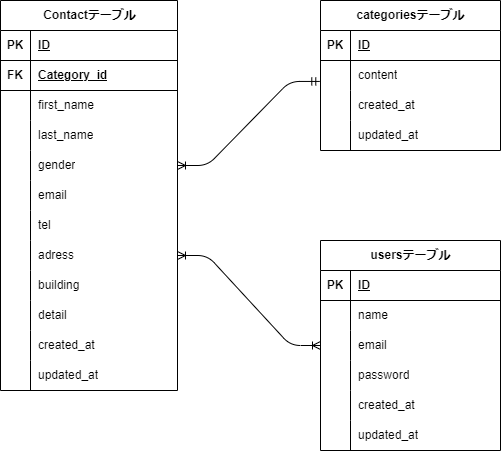
The draw.io diagram index.drawio.png in kozaken23/kakunin, before a commit. Source tidied: cells renumbered, new cells last; positions are measured from the earlier drawing's top-left corner, leaving out a move shared by most shapes. Source of this version:
```xml
<mxGraphModel>
  <root>
    <mxCell id="0" />
    <mxCell id="1" parent="0" />
    <mxCell id="2" value="Contactテーブル" style="shape=table;startSize=30;rowLines=0;fontStyle=1;align=center;html=1;" parent="1" vertex="1">
      <mxGeometry width="177" height="390" as="geometry" />
    </mxCell>
    <mxCell id="3" style="shape=tableRow;horizontal=0;startSize=0;swimlaneHead=0;swimlaneBody=0;fillColor=none;top=0;left=0;right=0;bottom=1;" parent="2" vertex="1">
      <mxGeometry y="30" width="177" height="30" as="geometry" />
    </mxCell>
    <mxCell id="4" value="PK" style="shape=partialRectangle;fillColor=none;top=0;left=0;bottom=0;right=0;fontStyle=1;overflow=hidden;whiteSpace=wrap;html=1;" parent="3" vertex="1">
      <mxGeometry width="30" height="30" as="geometry" />
    </mxCell>
    <mxCell id="5" value="ID" style="shape=partialRectangle;fillColor=none;top=0;left=0;bottom=0;right=0;align=left;spacingLeft=6;fontStyle=5;overflow=hidden;whiteSpace=wrap;html=1;" parent="3" vertex="1">
      <mxGeometry x="30" width="147" height="30" as="geometry" />
    </mxCell>
    <mxCell id="6" style="shape=tableRow;horizontal=0;startSize=0;swimlaneHead=0;swimlaneBody=0;fillColor=none;top=0;left=0;right=0;bottom=1;" parent="2" vertex="1">
      <mxGeometry y="60" width="177" height="30" as="geometry" />
    </mxCell>
    <mxCell id="7" value="FK" style="shape=partialRectangle;fillColor=none;top=0;left=0;bottom=0;right=0;fontStyle=1;overflow=hidden;whiteSpace=wrap;html=1;" parent="6" vertex="1">
      <mxGeometry width="30" height="30" as="geometry" />
    </mxCell>
    <mxCell id="8" value="Category_id" style="shape=partialRectangle;fillColor=none;top=0;left=0;bottom=0;right=0;align=left;spacingLeft=6;fontStyle=5;overflow=hidden;whiteSpace=wrap;html=1;" parent="6" vertex="1">
      <mxGeometry x="30" width="147" height="30" as="geometry" />
    </mxCell>
    <mxCell id="9" style="shape=tableRow;horizontal=0;startSize=0;swimlaneHead=0;swimlaneBody=0;fillColor=none;top=0;left=0;right=0;bottom=0;" parent="2" vertex="1">
      <mxGeometry y="90" width="177" height="30" as="geometry" />
    </mxCell>
    <mxCell id="10" style="shape=partialRectangle;fillColor=none;top=0;left=0;bottom=0;right=0;overflow=hidden;whiteSpace=wrap;html=1;" parent="9" vertex="1">
      <mxGeometry width="30" height="30" as="geometry" />
    </mxCell>
    <mxCell id="11" value="first_name" style="shape=partialRectangle;fillColor=none;top=0;left=0;bottom=0;right=0;align=left;spacingLeft=6;overflow=hidden;whiteSpace=wrap;html=1;" parent="9" vertex="1">
      <mxGeometry x="30" width="147" height="30" as="geometry" />
    </mxCell>
    <mxCell id="12" style="shape=tableRow;horizontal=0;startSize=0;swimlaneHead=0;swimlaneBody=0;fillColor=none;top=0;left=0;right=0;bottom=0;" parent="2" vertex="1">
      <mxGeometry y="120" width="177" height="30" as="geometry" />
    </mxCell>
    <mxCell id="13" style="shape=partialRectangle;fillColor=none;top=0;left=0;bottom=0;right=0;overflow=hidden;whiteSpace=wrap;html=1;" parent="12" vertex="1">
      <mxGeometry width="30" height="30" as="geometry" />
    </mxCell>
    <mxCell id="14" value="last_name" style="shape=partialRectangle;fillColor=none;top=0;left=0;bottom=0;right=0;align=left;spacingLeft=6;overflow=hidden;whiteSpace=wrap;html=1;" parent="12" vertex="1">
      <mxGeometry x="30" width="147" height="30" as="geometry" />
    </mxCell>
    <mxCell id="15" style="shape=tableRow;horizontal=0;startSize=0;swimlaneHead=0;swimlaneBody=0;fillColor=none;points=[[0,0.5],[1,0.5]];portConstraint=eastwest;top=0;left=0;right=0;bottom=0;" parent="2" vertex="1">
      <mxGeometry y="150" width="177" height="30" as="geometry" />
    </mxCell>
    <mxCell id="16" style="shape=partialRectangle;fillColor=none;top=0;left=0;bottom=0;right=0;overflow=hidden;whiteSpace=wrap;html=1;" parent="15" vertex="1">
      <mxGeometry width="30" height="30" as="geometry" />
    </mxCell>
    <mxCell id="17" value="gender" style="shape=partialRectangle;fillColor=none;top=0;left=0;bottom=0;right=0;align=left;spacingLeft=6;overflow=hidden;whiteSpace=wrap;html=1;" parent="15" vertex="1">
      <mxGeometry x="30" width="147" height="30" as="geometry" />
    </mxCell>
    <mxCell id="18" style="shape=tableRow;horizontal=0;startSize=0;swimlaneHead=0;swimlaneBody=0;fillColor=none;top=0;left=0;right=0;bottom=0;" parent="2" vertex="1">
      <mxGeometry y="180" width="177" height="30" as="geometry" />
    </mxCell>
    <mxCell id="19" style="shape=partialRectangle;fillColor=none;top=0;left=0;bottom=0;right=0;overflow=hidden;whiteSpace=wrap;html=1;" parent="18" vertex="1">
      <mxGeometry width="30" height="30" as="geometry" />
    </mxCell>
    <mxCell id="20" value="email" style="shape=partialRectangle;fillColor=none;top=0;left=0;bottom=0;right=0;align=left;spacingLeft=6;overflow=hidden;whiteSpace=wrap;html=1;" parent="18" vertex="1">
      <mxGeometry x="30" width="147" height="30" as="geometry" />
    </mxCell>
    <mxCell id="21" style="shape=tableRow;horizontal=0;startSize=0;swimlaneHead=0;swimlaneBody=0;fillColor=none;points=[[0,0.5],[1,0.5]];portConstraint=eastwest;top=0;left=0;right=0;bottom=0;" parent="2" vertex="1">
      <mxGeometry y="210" width="177" height="30" as="geometry" />
    </mxCell>
    <mxCell id="22" style="shape=partialRectangle;fillColor=none;top=0;left=0;bottom=0;right=0;overflow=hidden;whiteSpace=wrap;html=1;" parent="21" vertex="1">
      <mxGeometry width="30" height="30" as="geometry" />
    </mxCell>
    <mxCell id="23" value="tel" style="shape=partialRectangle;fillColor=none;top=0;left=0;bottom=0;right=0;align=left;spacingLeft=6;overflow=hidden;whiteSpace=wrap;html=1;" parent="21" vertex="1">
      <mxGeometry x="30" width="147" height="30" as="geometry" />
    </mxCell>
    <mxCell id="24" style="shape=tableRow;horizontal=0;startSize=0;swimlaneHead=0;swimlaneBody=0;fillColor=none;points=[[0,0.5],[1,0.5]];portConstraint=eastwest;top=0;left=0;right=0;bottom=0;" parent="2" vertex="1">
      <mxGeometry y="240" width="177" height="30" as="geometry" />
    </mxCell>
    <mxCell id="25" style="shape=partialRectangle;fillColor=none;top=0;left=0;bottom=0;right=0;overflow=hidden;whiteSpace=wrap;html=1;" parent="24" vertex="1">
      <mxGeometry width="30" height="30" as="geometry" />
    </mxCell>
    <mxCell id="26" value="adress" style="shape=partialRectangle;fillColor=none;top=0;left=0;bottom=0;right=0;align=left;spacingLeft=6;overflow=hidden;whiteSpace=wrap;html=1;" parent="24" vertex="1">
      <mxGeometry x="30" width="147" height="30" as="geometry" />
    </mxCell>
    <mxCell id="27" style="shape=tableRow;horizontal=0;startSize=0;swimlaneHead=0;swimlaneBody=0;fillColor=none;top=0;left=0;right=0;bottom=0;" parent="2" vertex="1">
      <mxGeometry y="270" width="177" height="30" as="geometry" />
    </mxCell>
    <mxCell id="28" style="shape=partialRectangle;fillColor=none;top=0;left=0;bottom=0;right=0;overflow=hidden;whiteSpace=wrap;html=1;" parent="27" vertex="1">
      <mxGeometry width="30" height="30" as="geometry" />
    </mxCell>
    <mxCell id="29" value="building" style="shape=partialRectangle;fillColor=none;top=0;left=0;bottom=0;right=0;align=left;spacingLeft=6;overflow=hidden;whiteSpace=wrap;html=1;" parent="27" vertex="1">
      <mxGeometry x="30" width="147" height="30" as="geometry" />
    </mxCell>
    <mxCell id="30" style="shape=tableRow;horizontal=0;startSize=0;swimlaneHead=0;swimlaneBody=0;fillColor=none;top=0;left=0;right=0;bottom=0;" parent="2" vertex="1">
      <mxGeometry y="300" width="177" height="30" as="geometry" />
    </mxCell>
    <mxCell id="31" style="shape=partialRectangle;fillColor=none;top=0;left=0;bottom=0;right=0;overflow=hidden;whiteSpace=wrap;html=1;" parent="30" vertex="1">
      <mxGeometry width="30" height="30" as="geometry" />
    </mxCell>
    <mxCell id="32" value="detail" style="shape=partialRectangle;fillColor=none;top=0;left=0;bottom=0;right=0;align=left;spacingLeft=6;overflow=hidden;whiteSpace=wrap;html=1;" parent="30" vertex="1">
      <mxGeometry x="30" width="147" height="30" as="geometry" />
    </mxCell>
    <mxCell id="33" style="shape=tableRow;horizontal=0;startSize=0;swimlaneHead=0;swimlaneBody=0;fillColor=none;top=0;left=0;right=0;bottom=0;" parent="2" vertex="1">
      <mxGeometry y="330" width="177" height="30" as="geometry" />
    </mxCell>
    <mxCell id="34" style="shape=partialRectangle;fillColor=none;top=0;left=0;bottom=0;right=0;overflow=hidden;whiteSpace=wrap;html=1;" parent="33" vertex="1">
      <mxGeometry width="30" height="30" as="geometry" />
    </mxCell>
    <mxCell id="35" value="created_at" style="shape=partialRectangle;fillColor=none;top=0;left=0;bottom=0;right=0;align=left;spacingLeft=6;overflow=hidden;whiteSpace=wrap;html=1;" parent="33" vertex="1">
      <mxGeometry x="30" width="147" height="30" as="geometry" />
    </mxCell>
    <mxCell id="36" style="shape=tableRow;horizontal=0;startSize=0;swimlaneHead=0;swimlaneBody=0;fillColor=none;top=0;left=0;right=0;bottom=0;" parent="2" vertex="1">
      <mxGeometry y="360" width="177" height="30" as="geometry" />
    </mxCell>
    <mxCell id="37" style="shape=partialRectangle;fillColor=none;top=0;left=0;bottom=0;right=0;overflow=hidden;whiteSpace=wrap;html=1;" parent="36" vertex="1">
      <mxGeometry width="30" height="30" as="geometry" />
    </mxCell>
    <mxCell id="38" value="updated_at" style="shape=partialRectangle;fillColor=none;top=0;left=0;bottom=0;right=0;align=left;spacingLeft=6;overflow=hidden;whiteSpace=wrap;html=1;" parent="36" vertex="1">
      <mxGeometry x="30" width="147" height="30" as="geometry" />
    </mxCell>
    <mxCell id="39" value="categoriesテーブル" style="shape=table;startSize=30;rowLines=0;fontStyle=1;align=center;html=1;" parent="1" vertex="1">
      <mxGeometry x="320" width="180" height="150" as="geometry" />
    </mxCell>
    <mxCell id="40" style="shape=tableRow;horizontal=0;startSize=0;swimlaneHead=0;swimlaneBody=0;fillColor=none;top=0;left=0;right=0;bottom=1;" parent="39" vertex="1">
      <mxGeometry y="30" width="180" height="30" as="geometry" />
    </mxCell>
    <mxCell id="41" value="PK" style="shape=partialRectangle;fillColor=none;top=0;left=0;bottom=0;right=0;fontStyle=1;overflow=hidden;whiteSpace=wrap;html=1;" parent="40" vertex="1">
      <mxGeometry width="30" height="30" as="geometry" />
    </mxCell>
    <mxCell id="42" value="ID" style="shape=partialRectangle;fillColor=none;top=0;left=0;bottom=0;right=0;align=left;spacingLeft=6;fontStyle=5;overflow=hidden;whiteSpace=wrap;html=1;" parent="40" vertex="1">
      <mxGeometry x="30" width="150" height="30" as="geometry" />
    </mxCell>
    <mxCell id="43" style="shape=tableRow;horizontal=0;startSize=0;swimlaneHead=0;swimlaneBody=0;fillColor=none;points=[[0,0.5],[1,0.5]];portConstraint=eastwest;top=0;left=0;right=0;bottom=0;" parent="39" vertex="1">
      <mxGeometry y="60" width="180" height="30" as="geometry" />
    </mxCell>
    <mxCell id="44" style="shape=partialRectangle;fillColor=none;top=0;left=0;bottom=0;right=0;overflow=hidden;whiteSpace=wrap;html=1;" parent="43" vertex="1">
      <mxGeometry width="30" height="30" as="geometry" />
    </mxCell>
    <mxCell id="45" value="content" style="shape=partialRectangle;fillColor=none;top=0;left=0;bottom=0;right=0;align=left;spacingLeft=6;overflow=hidden;whiteSpace=wrap;html=1;" parent="43" vertex="1">
      <mxGeometry x="30" width="150" height="30" as="geometry" />
    </mxCell>
    <mxCell id="46" style="shape=tableRow;horizontal=0;startSize=0;swimlaneHead=0;swimlaneBody=0;fillColor=none;top=0;left=0;right=0;bottom=0;" parent="39" vertex="1">
      <mxGeometry y="90" width="180" height="30" as="geometry" />
    </mxCell>
    <mxCell id="47" style="shape=partialRectangle;fillColor=none;top=0;left=0;bottom=0;right=0;overflow=hidden;whiteSpace=wrap;html=1;" parent="46" vertex="1">
      <mxGeometry width="30" height="30" as="geometry" />
    </mxCell>
    <mxCell id="48" value="created_at" style="shape=partialRectangle;fillColor=none;top=0;left=0;bottom=0;right=0;align=left;spacingLeft=6;overflow=hidden;whiteSpace=wrap;html=1;" parent="46" vertex="1">
      <mxGeometry x="30" width="150" height="30" as="geometry" />
    </mxCell>
    <mxCell id="49" style="shape=tableRow;horizontal=0;startSize=0;swimlaneHead=0;swimlaneBody=0;fillColor=none;top=0;left=0;right=0;bottom=0;" parent="39" vertex="1">
      <mxGeometry y="120" width="180" height="30" as="geometry" />
    </mxCell>
    <mxCell id="50" style="shape=partialRectangle;fillColor=none;top=0;left=0;bottom=0;right=0;overflow=hidden;whiteSpace=wrap;html=1;" parent="49" vertex="1">
      <mxGeometry width="30" height="30" as="geometry" />
    </mxCell>
    <mxCell id="51" value="updated_at" style="shape=partialRectangle;fillColor=none;top=0;left=0;bottom=0;right=0;align=left;spacingLeft=6;overflow=hidden;whiteSpace=wrap;html=1;" parent="49" vertex="1">
      <mxGeometry x="30" width="150" height="30" as="geometry" />
    </mxCell>
    <mxCell id="52" value="usersテーブル" style="shape=table;startSize=30;rowLines=0;fontStyle=1;align=center;html=1;" parent="1" vertex="1">
      <mxGeometry x="320" y="240" width="180" height="210" as="geometry" />
    </mxCell>
    <mxCell id="53" style="shape=tableRow;horizontal=0;startSize=0;swimlaneHead=0;swimlaneBody=0;fillColor=none;top=0;left=0;right=0;bottom=1;" parent="52" vertex="1">
      <mxGeometry y="30" width="180" height="30" as="geometry" />
    </mxCell>
    <mxCell id="54" value="PK" style="shape=partialRectangle;fillColor=none;top=0;left=0;bottom=0;right=0;fontStyle=1;overflow=hidden;whiteSpace=wrap;html=1;" parent="53" vertex="1">
      <mxGeometry width="30" height="30" as="geometry" />
    </mxCell>
    <mxCell id="55" value="ID" style="shape=partialRectangle;fillColor=none;top=0;left=0;bottom=0;right=0;align=left;spacingLeft=6;fontStyle=5;overflow=hidden;whiteSpace=wrap;html=1;" parent="53" vertex="1">
      <mxGeometry x="30" width="150" height="30" as="geometry" />
    </mxCell>
    <mxCell id="56" style="shape=tableRow;horizontal=0;startSize=0;swimlaneHead=0;swimlaneBody=0;fillColor=none;top=0;left=0;right=0;bottom=0;" parent="52" vertex="1">
      <mxGeometry y="60" width="180" height="30" as="geometry" />
    </mxCell>
    <mxCell id="57" style="shape=partialRectangle;fillColor=none;top=0;left=0;bottom=0;right=0;overflow=hidden;whiteSpace=wrap;html=1;" parent="56" vertex="1">
      <mxGeometry width="30" height="30" as="geometry" />
    </mxCell>
    <mxCell id="58" value="name" style="shape=partialRectangle;fillColor=none;top=0;left=0;bottom=0;right=0;align=left;spacingLeft=6;overflow=hidden;whiteSpace=wrap;html=1;" parent="56" vertex="1">
      <mxGeometry x="30" width="150" height="30" as="geometry" />
    </mxCell>
    <mxCell id="59" style="shape=tableRow;horizontal=0;startSize=0;swimlaneHead=0;swimlaneBody=0;fillColor=none;points=[[0,0.5],[1,0.5]];portConstraint=eastwest;top=0;left=0;right=0;bottom=0;" parent="52" vertex="1">
      <mxGeometry y="90" width="180" height="30" as="geometry" />
    </mxCell>
    <mxCell id="60" style="shape=partialRectangle;fillColor=none;top=0;left=0;bottom=0;right=0;overflow=hidden;whiteSpace=wrap;html=1;" parent="59" vertex="1">
      <mxGeometry width="30" height="30" as="geometry" />
    </mxCell>
    <mxCell id="61" value="email" style="shape=partialRectangle;fillColor=none;top=0;left=0;bottom=0;right=0;align=left;spacingLeft=6;overflow=hidden;whiteSpace=wrap;html=1;" parent="59" vertex="1">
      <mxGeometry x="30" width="150" height="30" as="geometry" />
    </mxCell>
    <mxCell id="62" style="shape=tableRow;horizontal=0;startSize=0;swimlaneHead=0;swimlaneBody=0;fillColor=none;top=0;left=0;right=0;bottom=0;" parent="52" vertex="1">
      <mxGeometry y="120" width="180" height="30" as="geometry" />
    </mxCell>
    <mxCell id="63" style="shape=partialRectangle;fillColor=none;top=0;left=0;bottom=0;right=0;overflow=hidden;whiteSpace=wrap;html=1;" parent="62" vertex="1">
      <mxGeometry width="30" height="30" as="geometry" />
    </mxCell>
    <mxCell id="64" value="password" style="shape=partialRectangle;fillColor=none;top=0;left=0;bottom=0;right=0;align=left;spacingLeft=6;overflow=hidden;whiteSpace=wrap;html=1;" parent="62" vertex="1">
      <mxGeometry x="30" width="150" height="30" as="geometry" />
    </mxCell>
    <mxCell id="65" style="shape=tableRow;horizontal=0;startSize=0;swimlaneHead=0;swimlaneBody=0;fillColor=none;points=[[0,0.5],[1,0.5]];portConstraint=eastwest;top=0;left=0;right=0;bottom=0;" parent="52" vertex="1">
      <mxGeometry y="150" width="180" height="30" as="geometry" />
    </mxCell>
    <mxCell id="66" style="shape=partialRectangle;fillColor=none;top=0;left=0;bottom=0;right=0;overflow=hidden;whiteSpace=wrap;html=1;" parent="65" vertex="1">
      <mxGeometry width="30" height="30" as="geometry" />
    </mxCell>
    <mxCell id="67" value="created_at" style="shape=partialRectangle;fillColor=none;top=0;left=0;bottom=0;right=0;align=left;spacingLeft=6;overflow=hidden;whiteSpace=wrap;html=1;" parent="65" vertex="1">
      <mxGeometry x="30" width="150" height="30" as="geometry" />
    </mxCell>
    <mxCell id="68" style="shape=tableRow;horizontal=0;startSize=0;swimlaneHead=0;swimlaneBody=0;fillColor=none;top=0;left=0;right=0;bottom=0;" parent="52" vertex="1">
      <mxGeometry y="180" width="180" height="30" as="geometry" />
    </mxCell>
    <mxCell id="69" style="shape=partialRectangle;fillColor=none;top=0;left=0;bottom=0;right=0;overflow=hidden;whiteSpace=wrap;html=1;" parent="68" vertex="1">
      <mxGeometry width="30" height="30" as="geometry" />
    </mxCell>
    <mxCell id="70" value="updated_at" style="shape=partialRectangle;fillColor=none;top=0;left=0;bottom=0;right=0;align=left;spacingLeft=6;overflow=hidden;whiteSpace=wrap;html=1;" parent="68" vertex="1">
      <mxGeometry x="30" width="150" height="30" as="geometry" />
    </mxCell>
    <mxCell id="71" style="edgeStyle=entityRelationEdgeStyle;fontSize=12;html=1;endArrow=ERoneToMany;startArrow=ERmandOne;entryX=1;entryY=0.5;entryDx=0;entryDy=0;exitX=-0.004;exitY=0.698;exitDx=0;exitDy=0;exitPerimeter=0;" parent="1" edge="1" source="43" target="15">
      <mxGeometry relative="1" as="geometry" />
    </mxCell>
    <mxCell id="72" style="edgeStyle=entityRelationEdgeStyle;fontSize=12;html=1;endArrow=ERoneToMany;startArrow=ERzeroToOne;entryX=0.987;entryY=0.102;entryDx=0;entryDy=0;entryPerimeter=0;exitX=0.013;exitY=-0.051;exitDx=0;exitDy=0;exitPerimeter=0;strokeColor=none;" parent="1" edge="1" source="65" target="21">
      <mxGeometry relative="1" as="geometry">
        <Array as="points">
          <mxPoint x="360" y="250" />
          <mxPoint x="350" y="260" />
        </Array>
      </mxGeometry>
    </mxCell>
    <mxCell id="73" style="edgeStyle=entityRelationEdgeStyle;fontSize=12;html=1;endArrow=ERoneToMany;startArrow=ERoneToMany;exitX=1;exitY=0.5;exitDx=0;exitDy=0;entryX=0;entryY=0.5;entryDx=0;entryDy=0;" parent="1" edge="1" source="24" target="59">
      <mxGeometry relative="1" as="geometry" />
    </mxCell>
  </root>
</mxGraphModel>
```
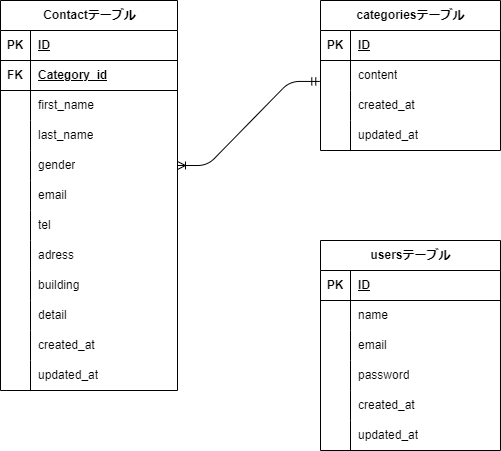
Above is the later version.

Commit message:
変更を保存(ER図)

Diff of the diagram source:
```diff
@@ -220,8 +220,5 @@
         </Array>
       </mxGeometry>
     </mxCell>
-    <mxCell id="73" style="edgeStyle=entityRelationEdgeStyle;fontSize=12;html=1;endArrow=ERoneToMany;startArrow=ERoneToMany;exitX=1;exitY=0.5;exitDx=0;exitDy=0;entryX=0;entryY=0.5;entryDx=0;entryDy=0;" parent="1" edge="1" source="24" target="59">
-      <mxGeometry relative="1" as="geometry" />
-    </mxCell>
   </root>
 </mxGraphModel>
```
